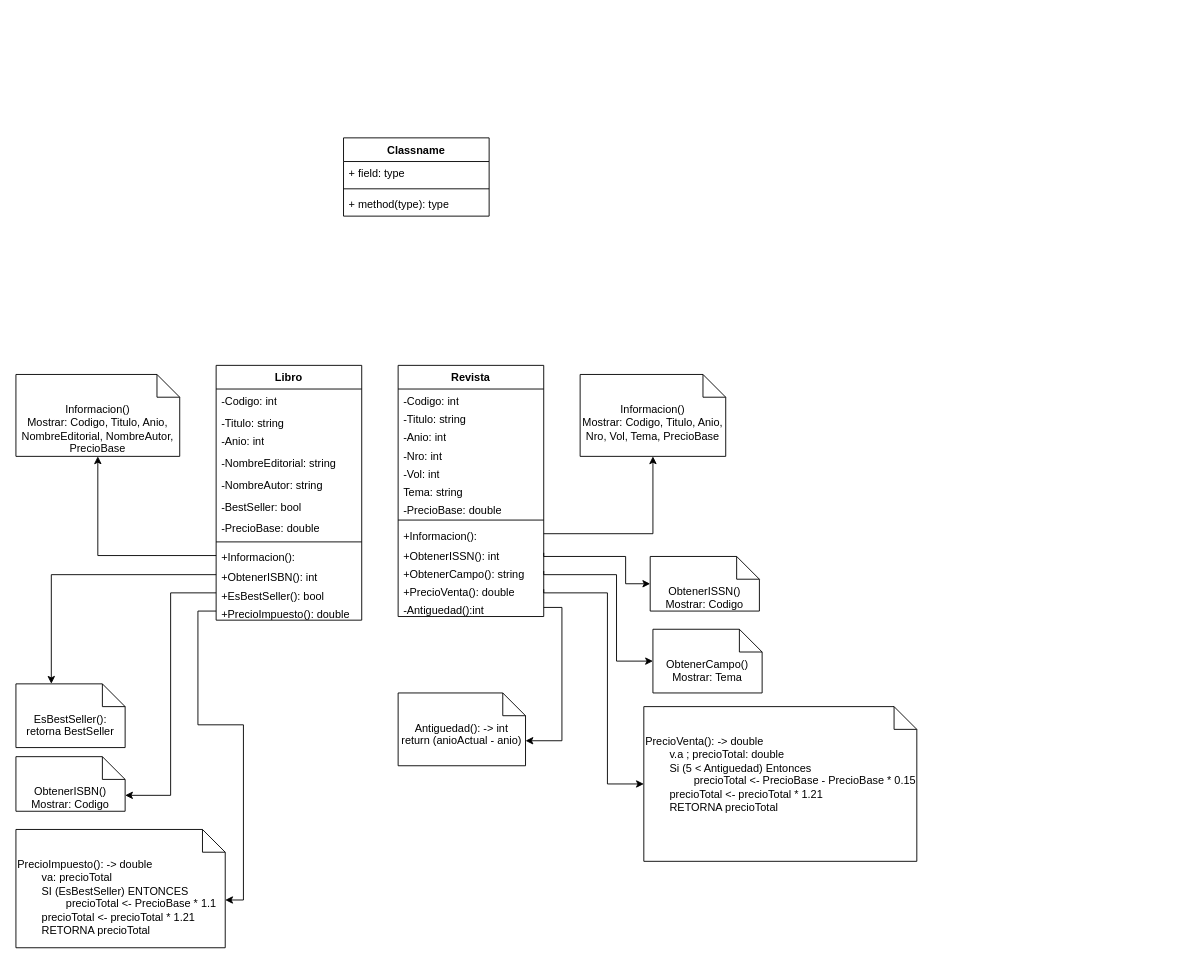
Earlier version of the draw.io diagram Tp4/Diagrama sin título.drawio (Cesar24-orellana/Paradigma-de-programacion). Source tidied: cells renumbered, new cells numbered last; positions are measured from the earlier drawing's top-left corner, leaving out a move shared by most shapes. Both pictures are drawn from the tidied source at 91%, with x=0, y=0 at pixel (15, 137).
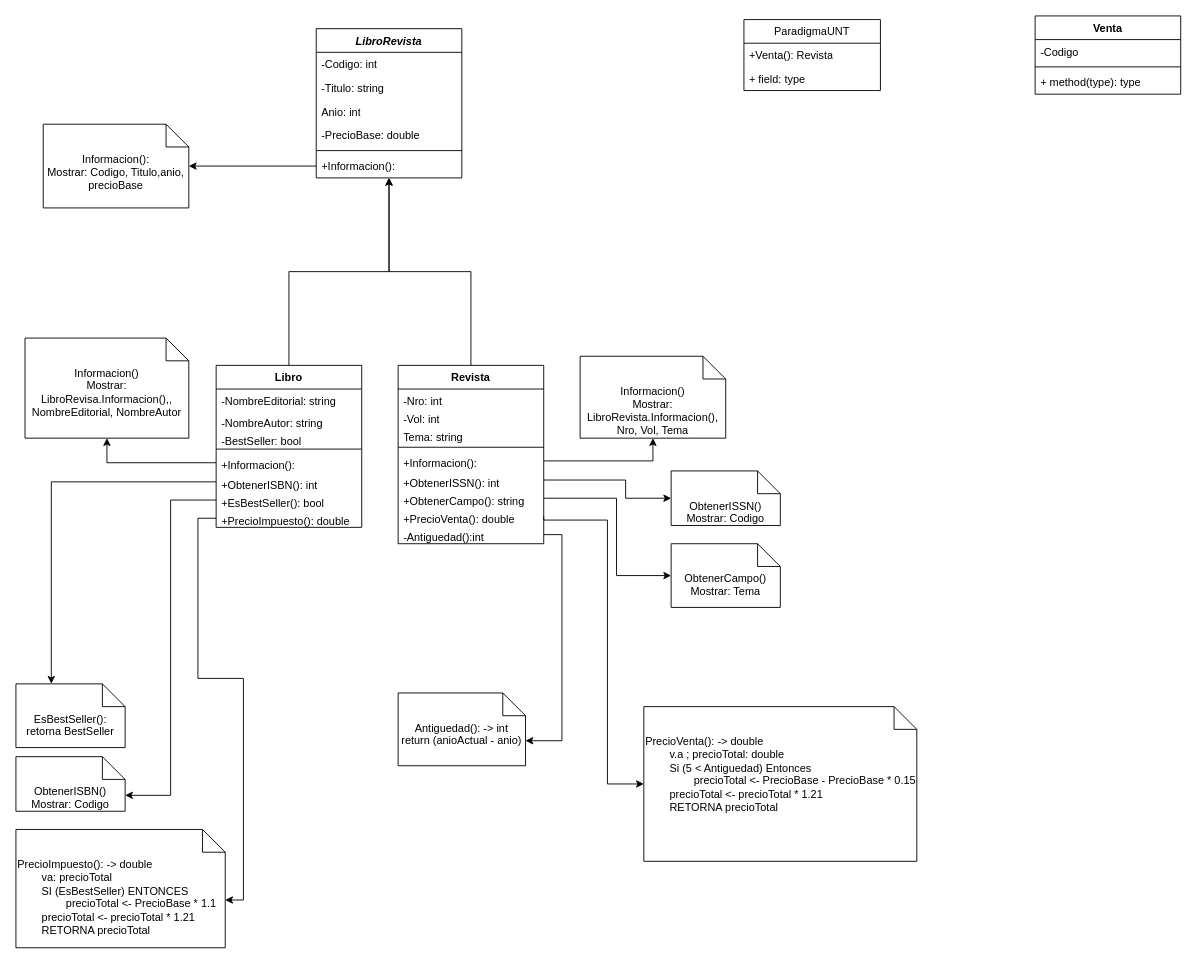
After the change.

Unchanged cells that the change refers to:
```xml
<mxCell id="41" value="PrecioVenta(): -&amp;gt; double&lt;div&gt;&lt;span style=&quot;white-space: pre;&quot;&gt;&#9;&lt;/span&gt;v.a ; precioTotal: double&lt;br&gt;&lt;/div&gt;&lt;div&gt;&lt;span style=&quot;white-space: pre;&quot;&gt;&#9;&lt;/span&gt;Si (5 &amp;lt; Antiguedad) Entonces&lt;br&gt;&lt;/div&gt;&lt;div&gt;&lt;span style=&quot;white-space: pre;&quot;&gt;&#9;&lt;/span&gt;&lt;span style=&quot;white-space: pre;&quot;&gt;&#9;&lt;/span&gt;precioTotal &amp;lt;- PrecioBase - PrecioBase * 0.15&lt;br&gt;&lt;/div&gt;&lt;div&gt;&lt;span style=&quot;white-space: pre;&quot;&gt;&#9;&lt;/span&gt;precioTotal &amp;lt;- precioTotal * 1.21&lt;br&gt;&lt;/div&gt;&lt;div&gt;&lt;span style=&quot;white-space: pre;&quot;&gt;&#9;&lt;/span&gt;RETORNA precioTotal&lt;br&gt;&lt;/div&gt;" style="shape=note2;boundedLbl=1;whiteSpace=wrap;html=1;size=25;verticalAlign=top;align=left;" parent="1" vertex="1">
  <mxGeometry x="690" y="625" width="300" height="170" as="geometry" />
</mxCell>
```

The edit, as a diff of the source:
```diff
@@
+    <mxCell id="51" style="edgeStyle=orthogonalEdgeStyle;rounded=0;jettySize=auto;html=1;" parent="1" edge="1" source="2" target="47">
+      <mxGeometry relative="1" as="geometry" />
+    </mxCell>
     <mxCell id="2" value="Libro" style="swimlane;fontStyle=1;align=center;verticalAlign=top;horizontal=1;startSize=26;whiteSpace=wrap;html=1;" parent="1" vertex="1">
-      <mxGeometry x="220" y="250" width="160" height="280" as="geometry" />
+      <mxGeometry x="220" y="250" width="160" height="178" as="geometry" />
     </mxCell>
-    <mxCell id="3" value="-Codigo: int&lt;div&gt;&lt;br&gt;&lt;/div&gt;" style="text;strokeColor=none;fillColor=none;align=left;verticalAlign=top;spacingLeft=4;spacingRight=4;overflow=hidden;whiteSpace=wrap;html=1;" parent="2" vertex="1">
-      <mxGeometry y="26" width="160" height="24" as="geometry" />
-    </mxCell>
-    <mxCell id="4" value="&lt;div&gt;-Titulo: string&lt;/div&gt;" style="text;strokeColor=none;fillColor=none;align=left;verticalAlign=top;spacingLeft=4;spacingRight=4;overflow=hidden;whiteSpace=wrap;html=1;" parent="2" vertex="1">
-      <mxGeometry y="50" width="160" height="20" as="geometry" />
-    </mxCell>
-    <mxCell id="5" value="&lt;div&gt;-Anio: int&lt;/div&gt;" style="text;strokeColor=none;fillColor=none;align=left;verticalAlign=top;spacingLeft=4;spacingRight=4;overflow=hidden;whiteSpace=wrap;html=1;" parent="2" vertex="1">
-      <mxGeometry y="70" width="160" height="24" as="geometry" />
-    </mxCell>
     <mxCell id="6" value="&lt;div&gt;-NombreEditorial: string&lt;/div&gt;" style="text;strokeColor=none;fillColor=none;align=left;verticalAlign=top;spacingLeft=4;spacingRight=4;overflow=hidden;whiteSpace=wrap;html=1;" parent="2" vertex="1">
-      <mxGeometry y="94" width="160" height="24" as="geometry" />
+      <mxGeometry y="26" width="160" height="24" as="geometry" />
     </mxCell>
     <mxCell id="7" value="&lt;div&gt;-NombreAutor: string&lt;/div&gt;" style="text;strokeColor=none;fillColor=none;align=left;verticalAlign=top;spacingLeft=4;spacingRight=4;overflow=hidden;whiteSpace=wrap;html=1;" parent="2" vertex="1">
-      <mxGeometry y="118" width="160" height="24" as="geometry" />
+      <mxGeometry y="50" width="160" height="20" as="geometry" />
     </mxCell>
     <mxCell id="8" value="&lt;div&gt;-BestSeller: bool&lt;/div&gt;" style="text;strokeColor=none;fillColor=none;align=left;verticalAlign=top;spacingLeft=4;spacingRight=4;overflow=hidden;whiteSpace=wrap;html=1;" parent="2" vertex="1">
-      <mxGeometry y="142" width="160" height="24" as="geometry" />
+      <mxGeometry y="70" width="160" height="18" as="geometry" />
     </mxCell>
-    <mxCell id="9" value="&lt;div&gt;-PrecioBase: double&lt;/div&gt;" style="text;strokeColor=none;fillColor=none;align=left;verticalAlign=top;spacingLeft=4;spacingRight=4;overflow=hidden;whiteSpace=wrap;html=1;" parent="2" vertex="1">
-      <mxGeometry y="166" width="160" height="24" as="geometry" />
-    </mxCell>
     <mxCell id="10" style="line;strokeWidth=1;fillColor=none;align=left;verticalAlign=middle;spacingTop=-1;spacingLeft=3;spacingRight=3;labelPosition=right;strokeColor=inherit;" parent="2" vertex="1">
-      <mxGeometry y="190" width="160" height="8" as="geometry" />
+      <mxGeometry y="88" width="160" height="8" as="geometry" />
     </mxCell>
     <mxCell id="11" value="+Informacion():" style="text;strokeColor=none;fillColor=none;align=left;verticalAlign=top;spacingLeft=4;spacingRight=4;overflow=hidden;points=[[0,0.5],[1,0.5]];portConstraint=eastwest;whiteSpace=wrap;html=1;" parent="2" vertex="1">
-      <mxGeometry y="198" width="160" height="22" as="geometry" />
+      <mxGeometry y="96" width="160" height="22" as="geometry" />
     </mxCell>
     <mxCell id="12" value="&lt;div&gt;+ObtenerISBN(): int&lt;/div&gt;" style="text;strokeColor=none;fillColor=none;align=left;verticalAlign=top;spacingLeft=4;spacingRight=4;overflow=hidden;points=[[0,0.5],[1,0.5]];portConstraint=eastwest;whiteSpace=wrap;html=1;" parent="2" vertex="1">
-      <mxGeometry y="220" width="160" height="20" as="geometry" />
+      <mxGeometry y="118" width="160" height="20" as="geometry" />
     </mxCell>
     <mxCell id="13" value="&lt;div&gt;+EsBestSeller(): bool&lt;/div&gt;" style="text;strokeColor=none;fillColor=none;align=left;verticalAlign=top;spacingLeft=4;spacingRight=4;overflow=hidden;points=[[0,0.5],[1,0.5]];portConstraint=eastwest;whiteSpace=wrap;html=1;" parent="2" vertex="1">
-      <mxGeometry y="240" width="160" height="20" as="geometry" />
+      <mxGeometry y="138" width="160" height="20" as="geometry" />
     </mxCell>
     <mxCell id="14" value="&lt;div&gt;+PrecioImpuesto(): double&lt;/div&gt;" style="text;strokeColor=none;fillColor=none;align=left;verticalAlign=top;spacingLeft=4;spacingRight=4;overflow=hidden;points=[[0,0.5],[1,0.5]];portConstraint=eastwest;whiteSpace=wrap;html=1;" parent="2" vertex="1">
-      <mxGeometry y="260" width="160" height="20" as="geometry" />
+      <mxGeometry y="158" width="160" height="20" as="geometry" />
     </mxCell>
+    <mxCell id="52" style="edgeStyle=orthogonalEdgeStyle;rounded=0;jettySize=auto;html=1;" parent="1" edge="1" source="15" target="47">
+      <mxGeometry relative="1" as="geometry" />
+    </mxCell>
     <mxCell id="15" value="Revista" style="swimlane;fontStyle=1;align=center;verticalAlign=top;horizontal=1;startSize=26;whiteSpace=wrap;html=1;" parent="1" vertex="1">
-      <mxGeometry x="420" y="250" width="160" height="276" as="geometry" />
+      <mxGeometry x="420" y="250" width="160" height="196" as="geometry" />
     </mxCell>
-    <mxCell id="16" value="-Codigo: int" style="text;strokeColor=none;fillColor=none;align=left;verticalAlign=top;spacingLeft=4;spacingRight=4;overflow=hidden;whiteSpace=wrap;html=1;" parent="15" vertex="1">
-      <mxGeometry y="26" width="160" height="20" as="geometry" />
-    </mxCell>
-    <mxCell id="17" value="&lt;div&gt;-Titulo: string&lt;/div&gt;" style="text;strokeColor=none;fillColor=none;align=left;verticalAlign=top;spacingLeft=4;spacingRight=4;overflow=hidden;whiteSpace=wrap;html=1;" parent="15" vertex="1">
-      <mxGeometry y="46" width="160" height="20" as="geometry" />
-    </mxCell>
-    <mxCell id="18" value="&lt;div&gt;-Anio: int&lt;/div&gt;" style="text;strokeColor=none;fillColor=none;align=left;verticalAlign=top;spacingLeft=4;spacingRight=4;overflow=hidden;whiteSpace=wrap;html=1;" parent="15" vertex="1">
-      <mxGeometry y="66" width="160" height="20" as="geometry" />
-    </mxCell>
     <mxCell id="19" value="&lt;div&gt;-Nro: int&lt;/div&gt;" style="text;strokeColor=none;fillColor=none;align=left;verticalAlign=top;spacingLeft=4;spacingRight=4;overflow=hidden;whiteSpace=wrap;html=1;" parent="15" vertex="1">
-      <mxGeometry y="86" width="160" height="20" as="geometry" />
+      <mxGeometry y="26" width="160" height="20" as="geometry" />
     </mxCell>
     <mxCell id="20" value="&lt;div&gt;-Vol: int&lt;/div&gt;" style="text;strokeColor=none;fillColor=none;align=left;verticalAlign=top;spacingLeft=4;spacingRight=4;overflow=hidden;whiteSpace=wrap;html=1;" parent="15" vertex="1">
-      <mxGeometry y="106" width="160" height="20" as="geometry" />
+      <mxGeometry y="46" width="160" height="20" as="geometry" />
     </mxCell>
     <mxCell id="21" value="&lt;div&gt;Tema: string&lt;/div&gt;" style="text;strokeColor=none;fillColor=none;align=left;verticalAlign=top;spacingLeft=4;spacingRight=4;overflow=hidden;whiteSpace=wrap;html=1;" parent="15" vertex="1">
-      <mxGeometry y="126" width="160" height="20" as="geometry" />
+      <mxGeometry y="66" width="160" height="20" as="geometry" />
     </mxCell>
-    <mxCell id="22" value="&lt;div&gt;-PrecioBase: double&lt;/div&gt;" style="text;strokeColor=none;fillColor=none;align=left;verticalAlign=top;spacingLeft=4;spacingRight=4;overflow=hidden;whiteSpace=wrap;html=1;" parent="15" vertex="1">
-      <mxGeometry y="146" width="160" height="20" as="geometry" />
-    </mxCell>
     <mxCell id="23" style="line;strokeWidth=1;fillColor=none;align=left;verticalAlign=middle;spacingTop=-1;spacingLeft=3;spacingRight=3;labelPosition=right;strokeColor=inherit;" parent="15" vertex="1">
-      <mxGeometry y="166" width="160" height="8" as="geometry" />
+      <mxGeometry y="86" width="160" height="8" as="geometry" />
     </mxCell>
     <mxCell id="24" value="+Informacion():" style="text;strokeColor=none;fillColor=none;align=left;verticalAlign=top;spacingLeft=4;spacingRight=4;overflow=hidden;points=[[0,0.5],[1,0.5]];portConstraint=eastwest;whiteSpace=wrap;html=1;" parent="15" vertex="1">
-      <mxGeometry y="174" width="160" height="22" as="geometry" />
+      <mxGeometry y="94" width="160" height="22" as="geometry" />
     </mxCell>
     <mxCell id="25" value="&lt;div&gt;+ObtenerISSN(): int&lt;/div&gt;" style="text;strokeColor=none;fillColor=none;align=left;verticalAlign=top;spacingLeft=4;spacingRight=4;overflow=hidden;points=[[0,0.5],[1,0.5]];portConstraint=eastwest;whiteSpace=wrap;html=1;" parent="15" vertex="1">
-      <mxGeometry y="196" width="160" height="20" as="geometry" />
+      <mxGeometry y="116" width="160" height="20" as="geometry" />
     </mxCell>
     <mxCell id="26" value="&lt;div&gt;+ObtenerCampo(): string&lt;/div&gt;" style="text;strokeColor=none;fillColor=none;align=left;verticalAlign=top;spacingLeft=4;spacingRight=4;overflow=hidden;points=[[0,0.5],[1,0.5]];portConstraint=eastwest;whiteSpace=wrap;html=1;" parent="15" vertex="1">
-      <mxGeometry y="216" width="160" height="20" as="geometry" />
+      <mxGeometry y="136" width="160" height="20" as="geometry" />
     </mxCell>
     <mxCell id="27" value="&lt;div&gt;+PrecioVenta(): double&lt;/div&gt;" style="text;strokeColor=none;fillColor=none;align=left;verticalAlign=top;spacingLeft=4;spacingRight=4;overflow=hidden;points=[[0,0.5],[1,0.5]];portConstraint=eastwest;whiteSpace=wrap;html=1;" parent="15" vertex="1">
-      <mxGeometry y="236" width="160" height="20" as="geometry" />
+      <mxGeometry y="156" width="160" height="20" as="geometry" />
     </mxCell>
     <mxCell id="28" value="&lt;div&gt;-Antiguedad():int&lt;/div&gt;" style="text;strokeColor=none;fillColor=none;align=left;verticalAlign=top;spacingLeft=4;spacingRight=4;overflow=hidden;points=[[0,0.5],[1,0.5]];portConstraint=eastwest;whiteSpace=wrap;html=1;" parent="15" vertex="1">
-      <mxGeometry y="256" width="160" height="20" as="geometry" />
+      <mxGeometry y="176" width="160" height="20" as="geometry" />
     </mxCell>
-    <mxCell id="29" value="&lt;div&gt;Informacion()&lt;/div&gt;Mostrar: Codigo, Titulo, Anio, NombreEditorial, NombreAutor, PrecioBase" style="shape=note2;boundedLbl=1;whiteSpace=wrap;html=1;size=25;verticalAlign=top;align=center;" parent="1" vertex="1">
-      <mxGeometry y="260" width="180" height="90" as="geometry" />
+    <mxCell id="29" value="&lt;div&gt;Informacion()&lt;/div&gt;Mostrar: LibroRevisa.Informacion(),, NombreEditorial, NombreAutor" style="shape=note2;boundedLbl=1;whiteSpace=wrap;html=1;size=25;verticalAlign=top;align=center;" parent="1" vertex="1">
+      <mxGeometry x="10" y="220" width="180" height="110" as="geometry" />
     </mxCell>
@@
-    <mxCell id="37" value="Informacion()&lt;div&gt;Mostrar: Codigo, Titulo, Anio, Nro, Vol, Tema, PrecioBase&lt;/div&gt;" style="shape=note2;boundedLbl=1;whiteSpace=wrap;html=1;size=25;verticalAlign=top;align=center;" parent="1" vertex="1">
-      <mxGeometry x="620" y="260" width="160" height="90" as="geometry" />
+    <mxCell id="37" value="Informacion()&lt;div&gt;Mostrar: LibroRevista.Informacion(), Nro, Vol, Tema&lt;/div&gt;" style="shape=note2;boundedLbl=1;whiteSpace=wrap;html=1;size=25;verticalAlign=top;align=center;" parent="1" vertex="1">
+      <mxGeometry x="620" y="240" width="160" height="90" as="geometry" />
     </mxCell>
@@
     <mxCell id="39" value="ObtenerISSN()&lt;div&gt;Mostrar: Codigo&lt;/div&gt;" style="shape=note2;boundedLbl=1;whiteSpace=wrap;html=1;size=25;verticalAlign=top;align=center;" parent="1" vertex="1">
-      <mxGeometry x="697" y="460" width="120" height="60" as="geometry" />
+      <mxGeometry x="720" y="366" width="120" height="60" as="geometry" />
     </mxCell>
     <mxCell id="40" value="ObtenerCampo()&lt;div&gt;Mostrar: Tema&lt;/div&gt;" style="shape=note2;boundedLbl=1;whiteSpace=wrap;html=1;size=25;verticalAlign=top;align=center;" parent="1" vertex="1">
-      <mxGeometry x="700" y="540" width="120" height="70" as="geometry" />
+      <mxGeometry x="720" y="446" width="120" height="70" as="geometry" />
     </mxCell>
@@
-    <mxCell id="43" style="edgeStyle=orthogonalEdgeStyle;rounded=0;jettySize=auto;html=1;exitX=1;exitY=0.5;exitDx=0;exitDy=0;entryX=0;entryY=0.5;entryDx=0;entryDy=0;entryPerimeter=0;" parent="1" edge="1" source="25" target="39">
-      <mxGeometry relative="1" as="geometry">
-        <Array as="points">
-          <mxPoint x="670" y="460" />
-          <mxPoint x="670" y="490" />
-        </Array>
-      </mxGeometry>
-    </mxCell>
-    <mxCell id="44" style="edgeStyle=orthogonalEdgeStyle;rounded=0;jettySize=auto;html=1;exitX=1;exitY=0.5;exitDx=0;exitDy=0;entryX=0;entryY=0.5;entryDx=0;entryDy=0;entryPerimeter=0;" parent="1" edge="1" source="26" target="40">
-      <mxGeometry relative="1" as="geometry">
-        <Array as="points">
-          <mxPoint x="660" y="480" />
-          <mxPoint x="660" y="575" />
-        </Array>
-      </mxGeometry>
-    </mxCell>
     <mxCell id="45" style="edgeStyle=orthogonalEdgeStyle;rounded=0;jettySize=auto;html=1;exitX=1;exitY=0.5;exitDx=0;exitDy=0;entryX=0;entryY=0.5;entryDx=0;entryDy=0;entryPerimeter=0;" parent="1" edge="1" source="27" target="41">
       <mxGeometry relative="1" as="geometry">
         <Array as="points">
-          <mxPoint x="650" y="500" />
+          <mxPoint x="580" y="420" />
+          <mxPoint x="650" y="420" />
           <mxPoint x="650" y="710" />
         </Array>
       </mxGeometry>
     </mxCell>
@@
-    <mxCell id="47" value="Classname" style="swimlane;fontStyle=1;align=center;verticalAlign=top;horizontal=1;startSize=26;whiteSpace=wrap;html=1;" parent="1" vertex="1">
-      <mxGeometry x="360" width="160" height="86" as="geometry" />
+    <mxCell id="47" value="&lt;i&gt;LibroRevista&lt;/i&gt;" style="swimlane;fontStyle=1;align=center;verticalAlign=top;horizontal=1;startSize=26;whiteSpace=wrap;html=1;" parent="1" vertex="1">
+      <mxGeometry x="330" y="-120" width="160" height="164" as="geometry" />
     </mxCell>
-    <mxCell id="48" value="+ field: type" style="text;strokeColor=none;fillColor=none;align=left;verticalAlign=top;spacingLeft=4;spacingRight=4;overflow=hidden;whiteSpace=wrap;html=1;" parent="47" vertex="1">
+    <mxCell id="48" value="-Codigo: int" style="text;strokeColor=none;fillColor=none;align=left;verticalAlign=top;spacingLeft=4;spacingRight=4;overflow=hidden;whiteSpace=wrap;html=1;" parent="47" vertex="1">
       <mxGeometry y="26" width="160" height="26" as="geometry" />
     </mxCell>
+    <mxCell id="53" value="-Titulo: string" style="text;strokeColor=none;fillColor=none;align=left;verticalAlign=top;spacingLeft=4;spacingRight=4;overflow=hidden;whiteSpace=wrap;html=1;" parent="47" vertex="1">
+      <mxGeometry y="52" width="160" height="26" as="geometry" />
+    </mxCell>
+    <mxCell id="54" value="Anio: int" style="text;strokeColor=none;fillColor=none;align=left;verticalAlign=top;spacingLeft=4;spacingRight=4;overflow=hidden;whiteSpace=wrap;html=1;" parent="47" vertex="1">
+      <mxGeometry y="78" width="160" height="26" as="geometry" />
+    </mxCell>
+    <mxCell id="55" value="-PrecioBase: double" style="text;strokeColor=none;fillColor=none;align=left;verticalAlign=top;spacingLeft=4;spacingRight=4;overflow=hidden;whiteSpace=wrap;html=1;" parent="47" vertex="1">
+      <mxGeometry y="104" width="160" height="26" as="geometry" />
+    </mxCell>
     <mxCell id="49" style="line;strokeWidth=1;fillColor=none;align=left;verticalAlign=middle;spacingTop=-1;spacingLeft=3;spacingRight=3;labelPosition=right;strokeColor=inherit;" parent="47" vertex="1">
-      <mxGeometry y="52" width="160" height="8" as="geometry" />
+      <mxGeometry y="130" width="160" height="8" as="geometry" />
     </mxCell>
-    <mxCell id="50" value="+ method(type): type" style="text;strokeColor=none;fillColor=none;align=left;verticalAlign=top;spacingLeft=4;spacingRight=4;overflow=hidden;points=[[0,0.5],[1,0.5]];portConstraint=eastwest;whiteSpace=wrap;html=1;" parent="47" vertex="1">
-      <mxGeometry y="60" width="160" height="26" as="geometry" />
+    <mxCell id="50" value="+Informacion():" style="text;strokeColor=none;fillColor=none;align=left;verticalAlign=top;spacingLeft=4;spacingRight=4;overflow=hidden;points=[[0,0.5],[1,0.5]];portConstraint=eastwest;whiteSpace=wrap;html=1;" parent="47" vertex="1">
+      <mxGeometry y="138" width="160" height="26" as="geometry" />
     </mxCell>
+    <mxCell id="56" value="Informacion():&lt;div&gt;Mostrar: Codigo, Titulo,anio, precioBase&lt;/div&gt;" style="shape=note2;boundedLbl=1;whiteSpace=wrap;html=1;size=25;verticalAlign=top;align=center;" parent="1" vertex="1">
+      <mxGeometry x="30" y="-15" width="160" height="92" as="geometry" />
+    </mxCell>
+    <mxCell id="57" style="edgeStyle=orthogonalEdgeStyle;rounded=0;jettySize=auto;html=1;exitX=0;exitY=0.5;exitDx=0;exitDy=0;" parent="1" edge="1" source="50" target="56">
+      <mxGeometry relative="1" as="geometry" />
+    </mxCell>
+    <mxCell id="43" style="edgeStyle=orthogonalEdgeStyle;rounded=0;jettySize=auto;html=1;exitX=1;exitY=0.5;exitDx=0;exitDy=0;entryX=0;entryY=0.5;entryDx=0;entryDy=0;entryPerimeter=0;" parent="1" edge="1" source="25" target="39">
+      <mxGeometry relative="1" as="geometry">
+        <Array as="points">
+          <mxPoint x="670" y="376" />
+          <mxPoint x="670" y="396" />
+        </Array>
+      </mxGeometry>
+    </mxCell>
+    <mxCell id="44" style="edgeStyle=orthogonalEdgeStyle;rounded=0;jettySize=auto;html=1;exitX=1;exitY=0.5;exitDx=0;exitDy=0;entryX=0;entryY=0.5;entryDx=0;entryDy=0;entryPerimeter=0;" parent="1" edge="1" source="26" target="40">
+      <mxGeometry relative="1" as="geometry">
+        <Array as="points">
+          <mxPoint x="660" y="396" />
+          <mxPoint x="660" y="481" />
+        </Array>
+      </mxGeometry>
+    </mxCell>
+    <mxCell id="58" value="Venta" style="swimlane;fontStyle=1;align=center;verticalAlign=top;horizontal=1;startSize=26;whiteSpace=wrap;html=1;" parent="1" vertex="1">
+      <mxGeometry x="1120" y="-134" width="160" height="86" as="geometry" />
+    </mxCell>
+    <mxCell id="59" value="-Codigo" style="text;strokeColor=none;fillColor=none;align=left;verticalAlign=top;spacingLeft=4;spacingRight=4;overflow=hidden;whiteSpace=wrap;html=1;" parent="58" vertex="1">
+      <mxGeometry y="26" width="160" height="26" as="geometry" />
+    </mxCell>
+    <mxCell id="60" style="line;strokeWidth=1;fillColor=none;align=left;verticalAlign=middle;spacingTop=-1;spacingLeft=3;spacingRight=3;labelPosition=right;strokeColor=inherit;" parent="58" vertex="1">
+      <mxGeometry y="52" width="160" height="8" as="geometry" />
+    </mxCell>
+    <mxCell id="61" value="+ method(type): type" style="text;strokeColor=none;fillColor=none;align=left;verticalAlign=top;spacingLeft=4;spacingRight=4;overflow=hidden;whiteSpace=wrap;html=1;" parent="58" vertex="1">
+      <mxGeometry y="60" width="160" height="26" as="geometry" />
+    </mxCell>
+    <mxCell id="62" value="ParadigmaUNT" style="swimlane;fontStyle=0;horizontal=1;startSize=26;fillColor=none;whiteSpace=wrap;html=1;" parent="1" vertex="1">
+      <mxGeometry x="800" y="-130" width="150" height="78" as="geometry" />
+    </mxCell>
+    <mxCell id="63" value="+Venta(): Revista" style="text;strokeColor=none;fillColor=none;align=left;verticalAlign=top;spacingLeft=4;spacingRight=4;overflow=hidden;whiteSpace=wrap;html=1;" parent="62" vertex="1">
+      <mxGeometry y="26" width="150" height="26" as="geometry" />
+    </mxCell>
+    <mxCell id="64" value="+ field: type" style="text;strokeColor=none;fillColor=none;align=left;verticalAlign=top;spacingLeft=4;spacingRight=4;overflow=hidden;whiteSpace=wrap;html=1;" parent="62" vertex="1">
+      <mxGeometry y="52" width="150" height="26" as="geometry" />
+    </mxCell>
```
